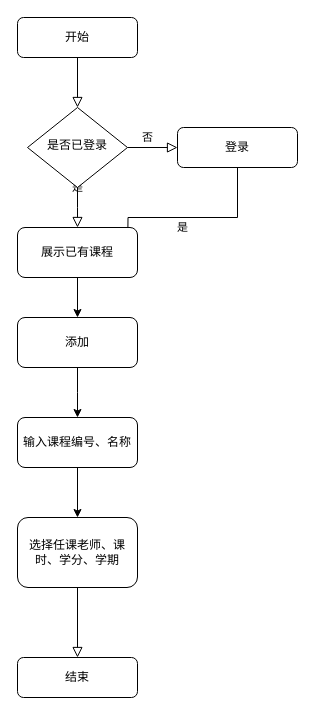
Before: 添加课程功能.drawio in creazy412/none, a draw.io diagram. Source tidied: cells renumbered, new cells numbered last; positions are measured from the earlier drawing's top-left corner, leaving out a move shared by most shapes. Both pictures are drawn from the tidied source at 100%, with x=0, y=0 at pixel (17, 17).
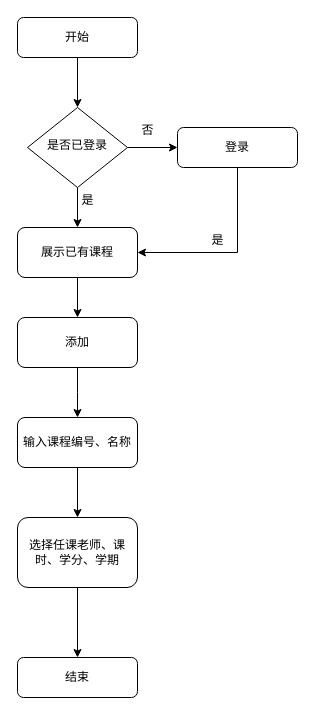
After the change.

Commit message:
更新添加课程功能.drawio

The change refers to these unchanged cells:
```xml
<mxCell id="3" value="开始" style="rounded=1;whiteSpace=wrap;html=1;fontSize=12;glass=0;strokeWidth=1;shadow=0;" parent="1" vertex="1">
  <mxGeometry width="120" height="40" as="geometry" />
</mxCell>
<mxCell id="6" value="是否已登录" style="rhombus;whiteSpace=wrap;html=1;shadow=0;fontFamily=Helvetica;fontSize=12;align=center;strokeWidth=1;spacing=6;spacingTop=-4;" parent="1" vertex="1">
  <mxGeometry x="10" y="90" width="100" height="80" as="geometry" />
</mxCell>
<mxCell id="7" value="登录" style="rounded=1;whiteSpace=wrap;html=1;fontSize=12;glass=0;strokeWidth=1;shadow=0;" parent="1" vertex="1">
  <mxGeometry x="160" y="110" width="120" height="40" as="geometry" />
</mxCell>
<mxCell id="11" value="结束" style="rounded=1;whiteSpace=wrap;html=1;fontSize=12;glass=0;strokeWidth=1;shadow=0;" parent="1" vertex="1">
  <mxGeometry y="640" width="120" height="40" as="geometry" />
</mxCell>
<mxCell id="12" value="选择任课老师、课时、学分、学期" style="rounded=1;whiteSpace=wrap;html=1;fontSize=12;glass=0;strokeWidth=1;shadow=0;" parent="1" vertex="1">
  <mxGeometry y="500" width="120" height="70" as="geometry" />
</mxCell>
<mxCell id="14" value="展示已有课程" style="rounded=1;whiteSpace=wrap;html=1;fontSize=12;glass=0;strokeWidth=1;shadow=0;" parent="1" vertex="1">
  <mxGeometry y="210" width="120" height="50" as="geometry" />
</mxCell>
```

Change to the diagram source:
```diff
@@
-    <mxCell id="2" style="rounded=0;html=1;jettySize=auto;fontSize=11;endArrow=block;endFill=0;endSize=8;strokeWidth=1;shadow=0;labelBackgroundColor=none;edgeStyle=orthogonalEdgeStyle;" parent="1" edge="1" source="3" target="6">
+    <mxCell id="2" style="edgeStyle=orthogonalEdgeStyle;rounded=0;jettySize=auto;html=1;" parent="1" edge="1" source="3" target="6">
       <mxGeometry relative="1" as="geometry" />
     </mxCell>
@@
-    <mxCell id="4" value="是" style="rounded=0;html=1;jettySize=auto;fontSize=11;endArrow=block;endFill=0;endSize=8;strokeWidth=1;shadow=0;labelBackgroundColor=none;edgeStyle=orthogonalEdgeStyle;" parent="1" edge="1" source="6">
-      <mxGeometry y="20" relative="1" as="geometry">
-        <mxPoint x="60" y="210" as="targetPoint" />
-      </mxGeometry>
-    </mxCell>
-    <mxCell id="5" value="否" style="edgeStyle=orthogonalEdgeStyle;rounded=0;html=1;jettySize=auto;fontSize=11;endArrow=block;endFill=0;endSize=8;strokeWidth=1;shadow=0;labelBackgroundColor=none;" parent="1" edge="1" source="6" target="7">
-      <mxGeometry x="-0.2" y="10" relative="1" as="geometry" />
-    </mxCell>
+    <mxCell id="18" style="edgeStyle=orthogonalEdgeStyle;rounded=0;jettySize=auto;html=1;" parent="1" edge="1" source="6" target="14">
+      <mxGeometry relative="1" as="geometry" />
+    </mxCell>
+    <mxCell id="19" style="edgeStyle=orthogonalEdgeStyle;rounded=0;jettySize=auto;html=1;" parent="1" edge="1" source="6" target="7">
+      <mxGeometry relative="1" as="geometry" />
+    </mxCell>
@@
+    <mxCell id="20" style="edgeStyle=orthogonalEdgeStyle;rounded=0;jettySize=auto;html=1;entryX=1;entryY=0.5;entryDx=0;entryDy=0;" parent="1" edge="1" source="7" target="14">
+      <mxGeometry relative="1" as="geometry">
+        <Array as="points">
+          <mxPoint x="220" y="235" />
+        </Array>
+      </mxGeometry>
+    </mxCell>
@@
-    <mxCell id="8" style="rounded=0;html=1;jettySize=auto;fontSize=11;endArrow=block;endFill=0;endSize=8;strokeWidth=1;shadow=0;labelBackgroundColor=none;edgeStyle=orthogonalEdgeStyle;exitX=0.5;exitY=1;exitDx=0;exitDy=0;" parent="1" edge="1" source="12" target="11">
-      <mxGeometry x="0.34" y="20" relative="1" as="geometry" />
-    </mxCell>
-    <mxCell id="9" value="是" style="edgeStyle=orthogonalEdgeStyle;rounded=0;html=1;jettySize=auto;fontSize=11;endArrow=block;endFill=0;endSize=8;strokeWidth=1;shadow=0;labelBackgroundColor=none;exitX=0.5;exitY=1;exitDx=0;exitDy=0;entryX=1;entryY=0.5;entryDx=0;entryDy=0;" parent="1" edge="1" source="7">
-      <mxGeometry y="10" relative="1" as="geometry">
-        <mxPoint x="110" y="250" as="targetPoint" />
-      </mxGeometry>
-    </mxCell>
@@
+    <mxCell id="8" style="edgeStyle=orthogonalEdgeStyle;rounded=0;jettySize=auto;html=1;" parent="1" edge="1" source="12" target="11">
+      <mxGeometry relative="1" as="geometry" />
+    </mxCell>
@@
+    <mxCell id="21" value="是" style="text;html=1;align=center;verticalAlign=middle;strokeColor=none;fillColor=none;" parent="1" vertex="1">
+      <mxGeometry x="50" y="168" width="40" height="30" as="geometry" />
+    </mxCell>
+    <mxCell id="5" value="否" style="text;html=1;align=center;verticalAlign=middle;strokeColor=none;fillColor=none;" parent="1" vertex="1">
+      <mxGeometry x="110" y="98" width="40" height="30" as="geometry" />
+    </mxCell>
+    <mxCell id="22" value="是" style="text;html=1;align=center;verticalAlign=middle;strokeColor=none;fillColor=none;" parent="1" vertex="1">
+      <mxGeometry x="180" y="208" width="40" height="30" as="geometry" />
+    </mxCell>
```
